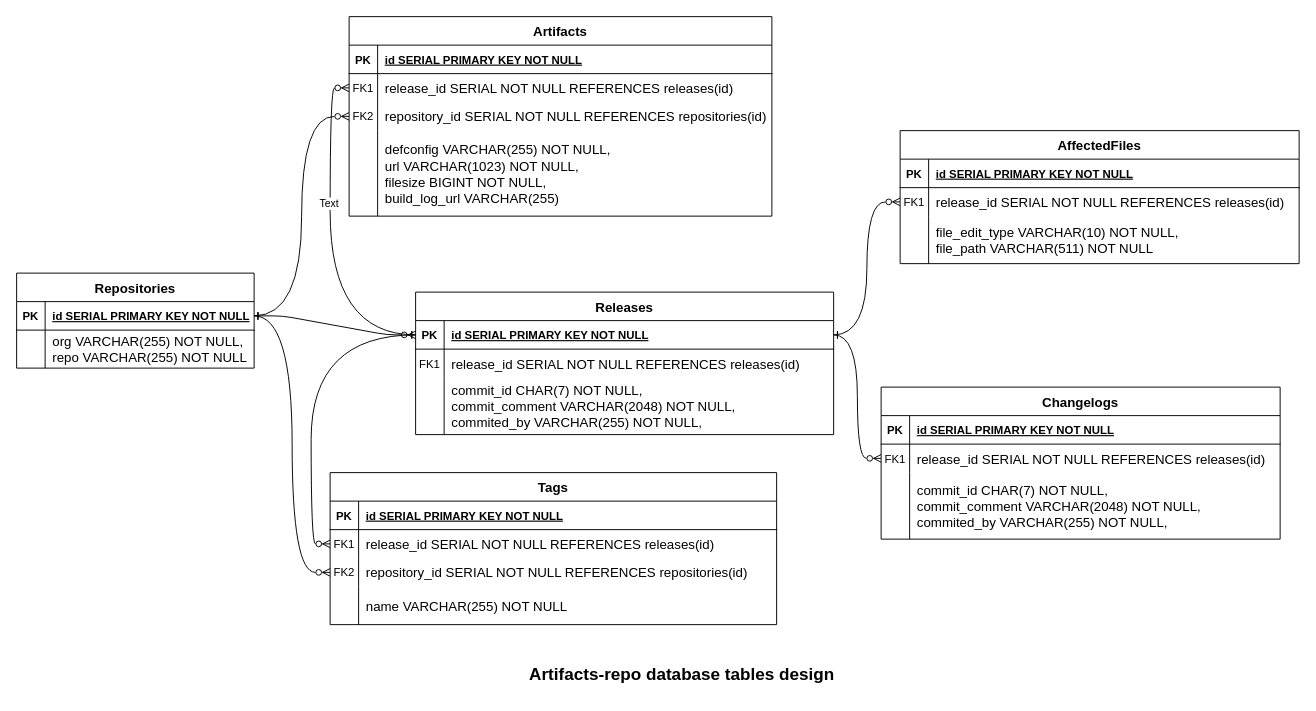
Earlier version of the draw.io diagram artifacts-repo-db-design.drawio (gnu4cn/artifacts-repo). Source tidied: cells renumbered, new cells numbered last; positions are measured from the earlier drawing's top-left corner, leaving out a move shared by most shapes. Both pictures are drawn from the tidied source at 95%, with x=0, y=0 at pixel (16, 16).
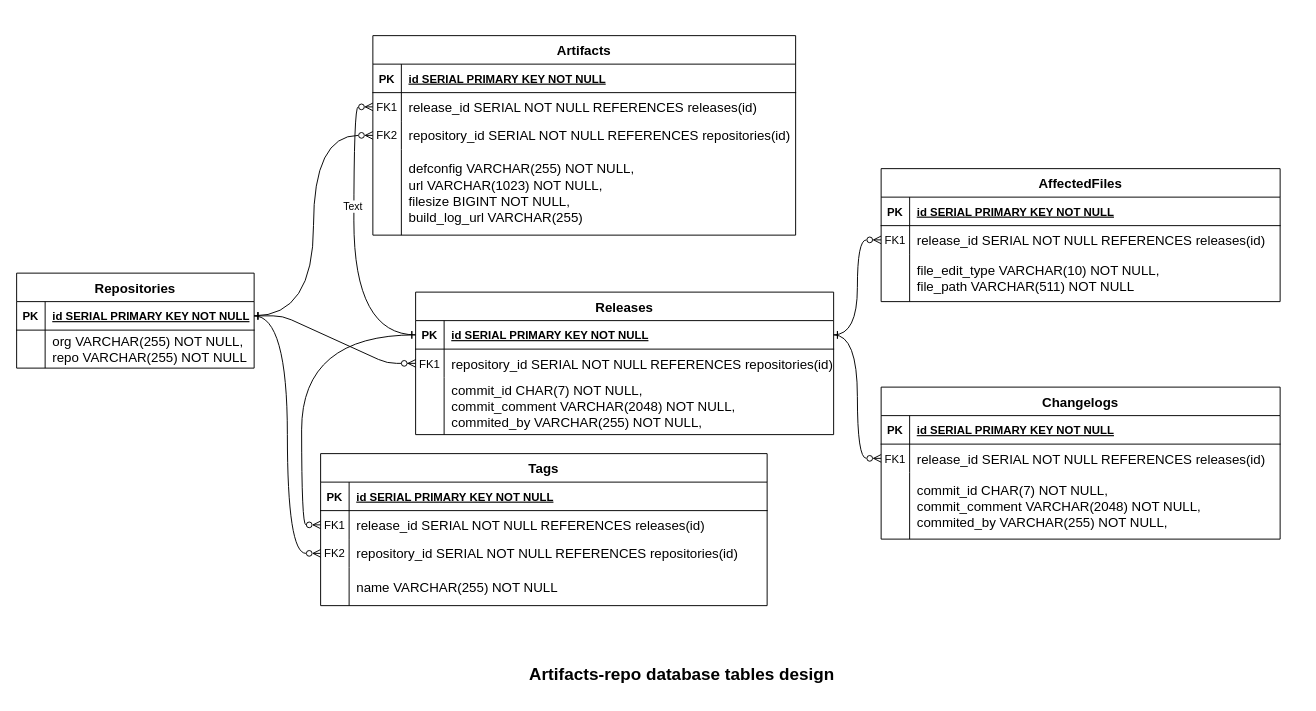
The same diagram, later.

The change refers to these unchanged cells:
```xml
<mxCell id="15" style="shape=partialRectangle;fillColor=none;points=[[0,0.5],[1,0.5]];portConstraint=eastwest;top=0;left=0;right=0;bottom=1;" parent="14" vertex="1">
  <mxGeometry y="30" width="250" height="30" as="geometry" />
</mxCell>
<mxCell id="38" style="shape=partialRectangle;fillColor=none;points=[[0,0.5],[1,0.5]];portConstraint=eastwest;top=0;left=0;right=0;bottom=1;" parent="37" vertex="1">
  <mxGeometry y="30" width="440" height="30" as="geometry" />
</mxCell>
<mxCell id="41" style="shape=partialRectangle;fillColor=none;points=[[0,0.5],[1,0.5]];portConstraint=eastwest;top=0;left=0;right=0;bottom=0;" parent="37" vertex="1">
  <mxGeometry y="60" width="440" height="30" as="geometry" />
</mxCell>
```

What changed in the source:
```diff
@@
-    <mxCell id="2" style="edgeStyle=entityRelationEdgeStyle;endArrow=ERzeroToMany;startArrow=ERone;endFill=1;startFill=0;entryX=0;entryY=0.5;entryDx=0;entryDy=0;" parent="1" edge="1" source="15" target="38">
+    <mxCell id="2" style="edgeStyle=entityRelationEdgeStyle;endArrow=ERzeroToMany;startArrow=ERone;endFill=1;startFill=0;" parent="1" edge="1" source="15" target="41">
       <mxGeometry relative="1" as="geometry" />
     </mxCell>
@@
     <mxCell id="21" value="Artifacts" style="shape=table;startSize=30;childLayout=tableLayout;rowLines=0;fontStyle=1;align=center;fontSize=14;" parent="1" vertex="1">
-      <mxGeometry x="350" width="445" height="210" as="geometry" />
+      <mxGeometry x="375" y="20" width="445" height="210" as="geometry" />
     </mxCell>
@@
-    <mxCell id="43" value="release_id SERIAL NOT NULL REFERENCES releases(id)" style="shape=partialRectangle;overflow=hidden;fillColor=none;top=0;left=0;bottom=0;right=0;align=left;spacingLeft=6;fontSize=14;" parent="41" vertex="1">
+    <mxCell id="43" value="repository_id SERIAL NOT NULL REFERENCES repositories(id)" style="shape=partialRectangle;overflow=hidden;fillColor=none;top=0;left=0;bottom=0;right=0;align=left;spacingLeft=6;fontSize=14;" parent="41" vertex="1">
       <mxGeometry x="30" width="410" height="30" as="geometry" />
     </mxCell>
@@
     <mxCell id="47" value="AffectedFiles" style="shape=table;startSize=30;childLayout=tableLayout;rowLines=0;fontStyle=1;align=center;fontSize=14;" parent="1" vertex="1">
-      <mxGeometry x="930" y="120" width="420" height="140" as="geometry" />
+      <mxGeometry x="910" y="160" width="420" height="140" as="geometry" />
     </mxCell>
@@
     <mxCell id="58" value="Tags" style="shape=table;startSize=30;childLayout=tableLayout;rowLines=0;fontStyle=1;align=center;fontSize=14;" parent="1" vertex="1">
-      <mxGeometry x="330" y="480" width="470" height="160" as="geometry" />
+      <mxGeometry x="320" y="460" width="470" height="160" as="geometry" />
     </mxCell>
```
